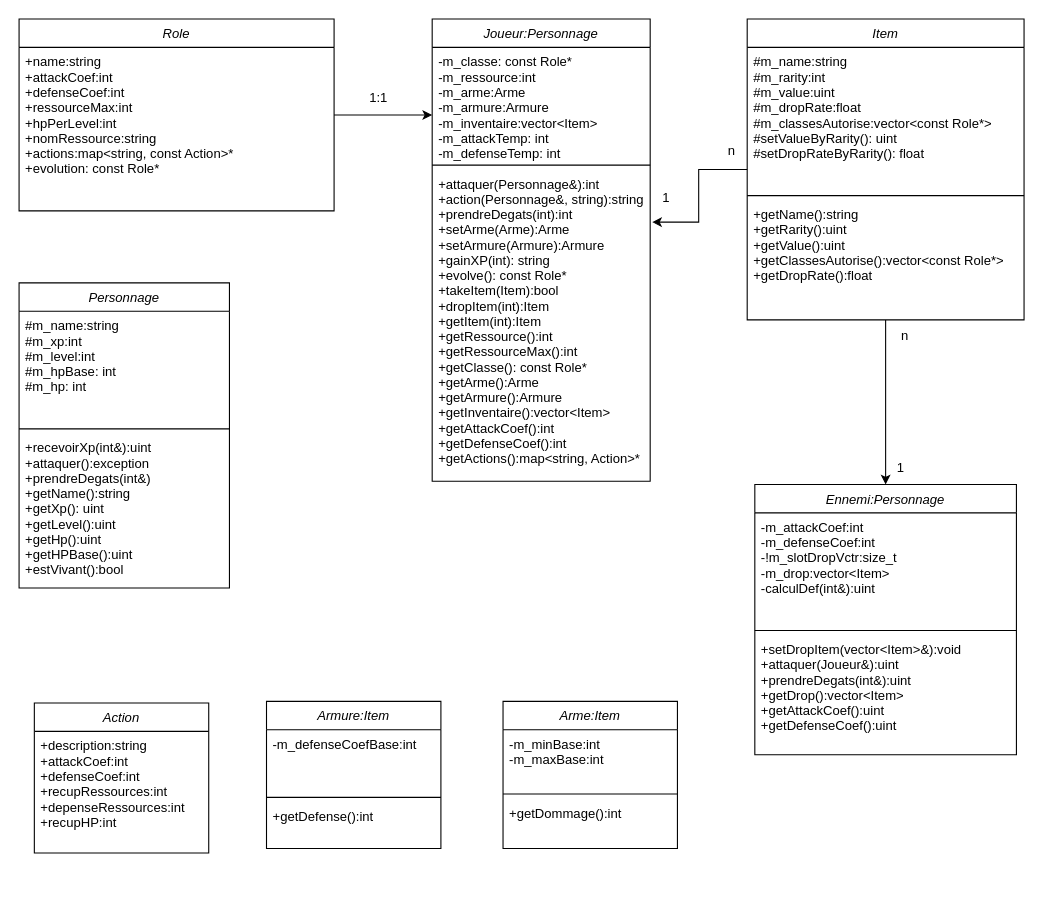
Izocel/RPD-CLI-CPP keeps this draw.io diagram as FormatifHeritage.drawio. Above is the earlier version. Source tidied: cells renumbered, new cells numbered last; positions are measured from the earlier drawing's top-left corner, leaving out a move shared by most shapes. Both pictures are drawn from the tidied source at 109%, with x=0, y=0 at pixel (19, 19).
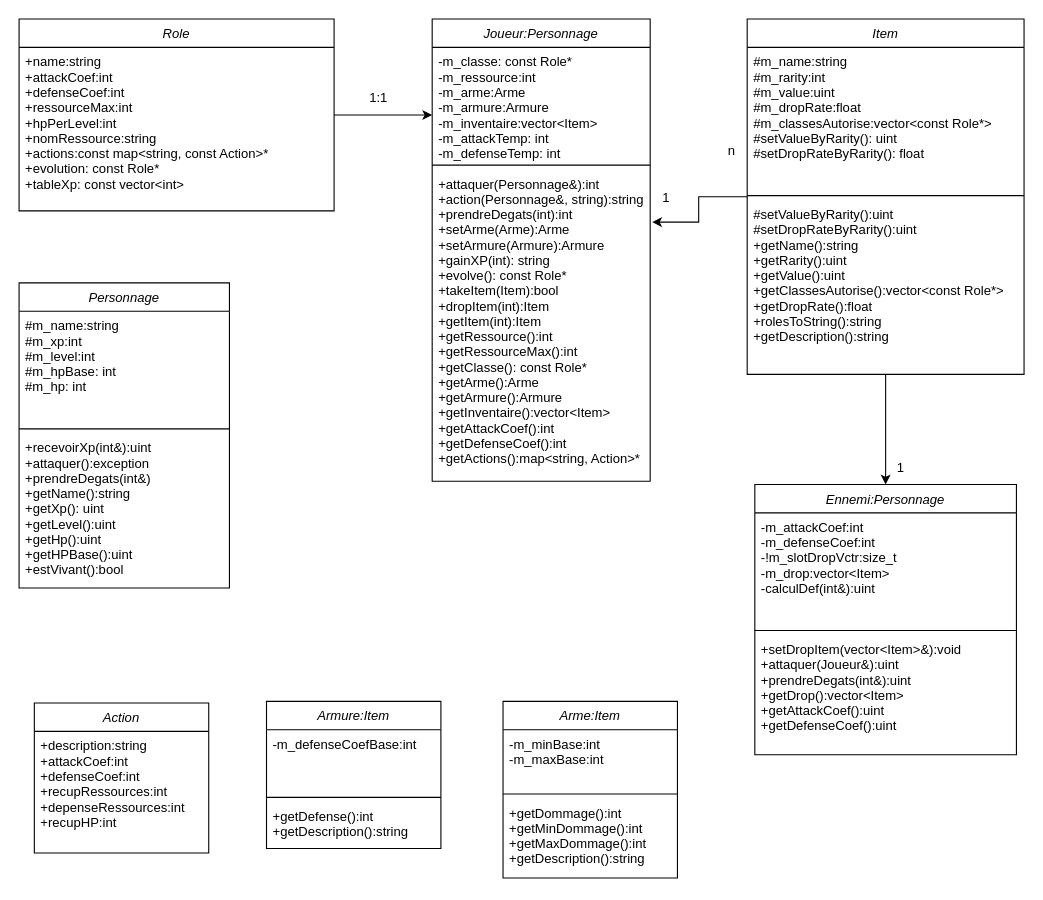
Above is the later version.

The change refers to these unchanged cells:
```xml
<mxCell id="10" value="Armure:Item" style="swimlane;fontStyle=2;align=center;verticalAlign=top;horizontal=1;startSize=26;rounded=0;shadow=0;strokeWidth=1;" parent="1" vertex="1">
  <mxGeometry x="227" y="626" width="160" height="135" as="geometry" />
</mxCell>
<mxCell id="29" value="Role" style="swimlane;fontStyle=2;align=center;verticalAlign=top;horizontal=1;startSize=26;rounded=0;shadow=0;strokeWidth=1;" parent="1" vertex="1">
  <mxGeometry width="289" height="176" as="geometry" />
</mxCell>
```

The edit, as a diff of the source:
```diff
@@
-    <mxCell id="13" value="+getDefense():int" style="text;align=left;verticalAlign=top;spacingLeft=4;spacingRight=4;overflow=hidden;" parent="10" vertex="1">
+    <mxCell id="13" value="+getDefense():int&#10;+getDescription():string" style="text;align=left;verticalAlign=top;spacingLeft=4;spacingRight=4;overflow=hidden;" parent="10" vertex="1">
       <mxGeometry y="92" width="160" height="42" as="geometry" />
     </mxCell>
     <mxCell id="14" value="Arme:Item" style="swimlane;fontStyle=2;align=center;verticalAlign=top;horizontal=1;startSize=26;rounded=0;shadow=0;strokeWidth=1;" parent="1" vertex="1">
-      <mxGeometry x="444" y="626" width="160" height="135" as="geometry" />
+      <mxGeometry x="444" y="626" width="160" height="162" as="geometry" />
     </mxCell>
@@
-    <mxCell id="17" value="+getDommage():int" style="text;align=left;verticalAlign=top;spacingLeft=4;spacingRight=4;overflow=hidden;" parent="14" vertex="1">
-      <mxGeometry y="89" width="160" height="46" as="geometry" />
+    <mxCell id="17" value="+getDommage():int&#10;+getMinDommage():int&#10;+getMaxDommage():int&#10;+getDescription():string" style="text;align=left;verticalAlign=top;spacingLeft=4;spacingRight=4;overflow=hidden;" parent="14" vertex="1">
+      <mxGeometry y="89" width="160" height="73" as="geometry" />
     </mxCell>
@@
     <mxCell id="19" value="Item" style="swimlane;fontStyle=2;align=center;verticalAlign=top;horizontal=1;startSize=26;rounded=0;shadow=0;strokeWidth=1;" parent="1" vertex="1">
-      <mxGeometry x="668" width="254" height="276" as="geometry" />
+      <mxGeometry x="668" width="254" height="326" as="geometry" />
     </mxCell>
@@
-    <mxCell id="22" value="+getName():string&#10;+getRarity():uint&#10;+getValue():uint&#10;+getClassesAutorise():vector&lt;const Role*&gt;&#10;+getDropRate():float" style="text;align=left;verticalAlign=top;spacingLeft=4;spacingRight=4;overflow=hidden;" parent="19" vertex="1">
-      <mxGeometry y="166" width="254" height="110" as="geometry" />
+    <mxCell id="22" value="#setValueByRarity():uint&#10;#setDropRateByRarity():uint&#10;+getName():string&#10;+getRarity():uint&#10;+getValue():uint&#10;+getClassesAutorise():vector&lt;const Role*&gt;&#10;+getDropRate():float&#10;+rolesToString():string&#10;+getDescription():string" style="text;align=left;verticalAlign=top;spacingLeft=4;spacingRight=4;overflow=hidden;" parent="19" vertex="1">
+      <mxGeometry y="166" width="254" height="160" as="geometry" />
     </mxCell>
@@
-    <mxCell id="30" value="+name:string&#10;+attackCoef:int&#10;+defenseCoef:int&#10;+ressourceMax:int&#10;+hpPerLevel:int&#10;+nomRessource:string&#10;+actions:map&lt;string, const Action&gt;*&#10;+evolution: const Role*" style="text;align=left;verticalAlign=top;spacingLeft=4;spacingRight=4;overflow=hidden;" parent="29" vertex="1">
+    <mxCell id="30" value="+name:string&#10;+attackCoef:int&#10;+defenseCoef:int&#10;+ressourceMax:int&#10;+hpPerLevel:int&#10;+nomRessource:string&#10;+actions:const map&lt;string, const Action&gt;*&#10;+evolution: const Role*&#10;+tableXp: const vector&lt;int&gt;" style="text;align=left;verticalAlign=top;spacingLeft=4;spacingRight=4;overflow=hidden;" parent="29" vertex="1">
       <mxGeometry y="26" width="289" height="150" as="geometry" />
     </mxCell>
@@
-    <mxCell id="37" value="n" style="text;html=1;strokeColor=none;fillColor=none;align=center;verticalAlign=middle;whiteSpace=wrap;rounded=0;" parent="1" vertex="1">
-      <mxGeometry x="803" y="276" width="20" height="30" as="geometry" />
-    </mxCell>
```
